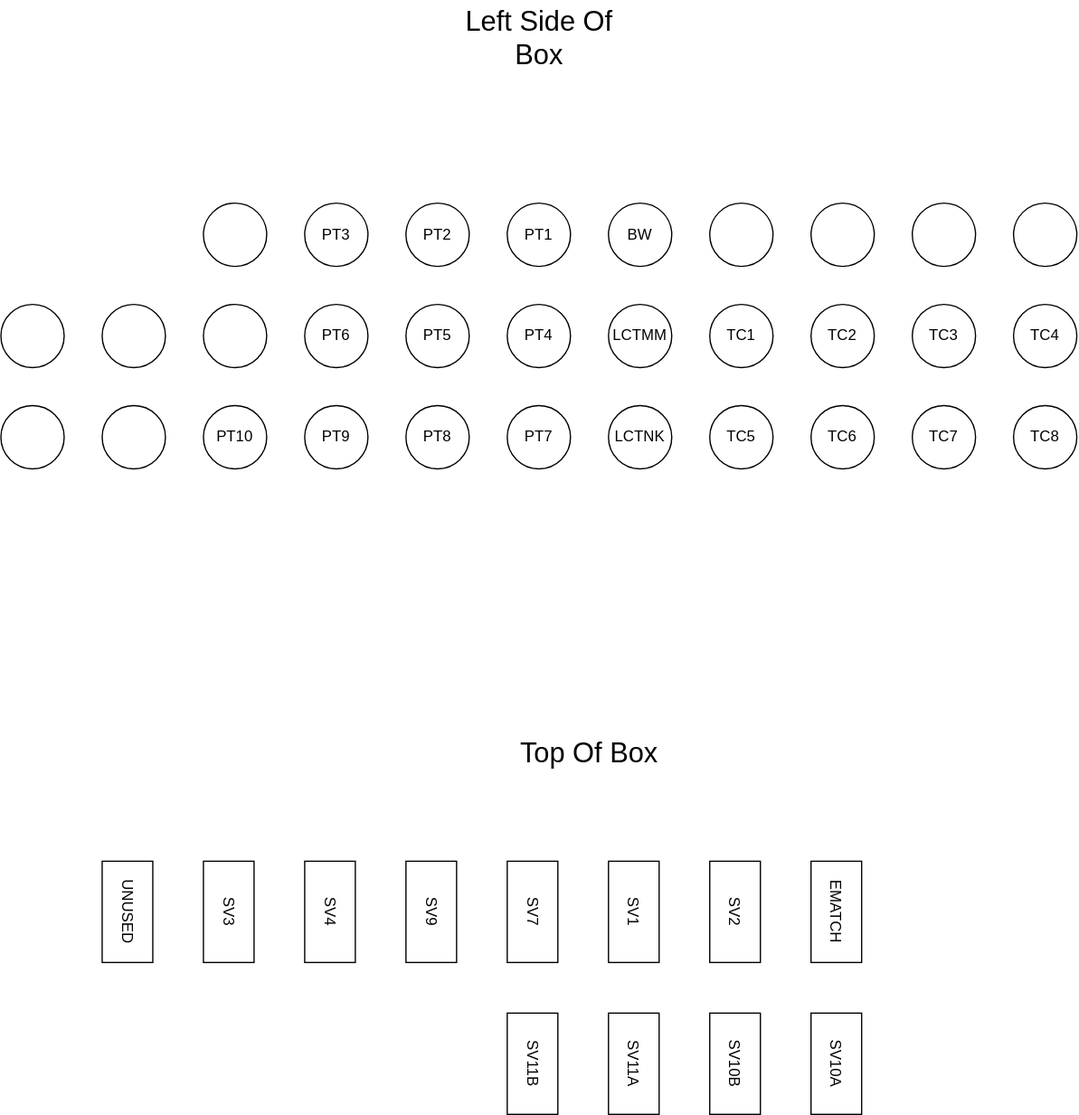
This is docs/PortMap.svg from liquid-rocketry-illinois/RANDE-MK2, a draw.io export, as it was before one commit. Source tidied: cells renumbered, new cells last; positions are measured from the earlier drawing's top-left corner, leaving out a move shared by most shapes.
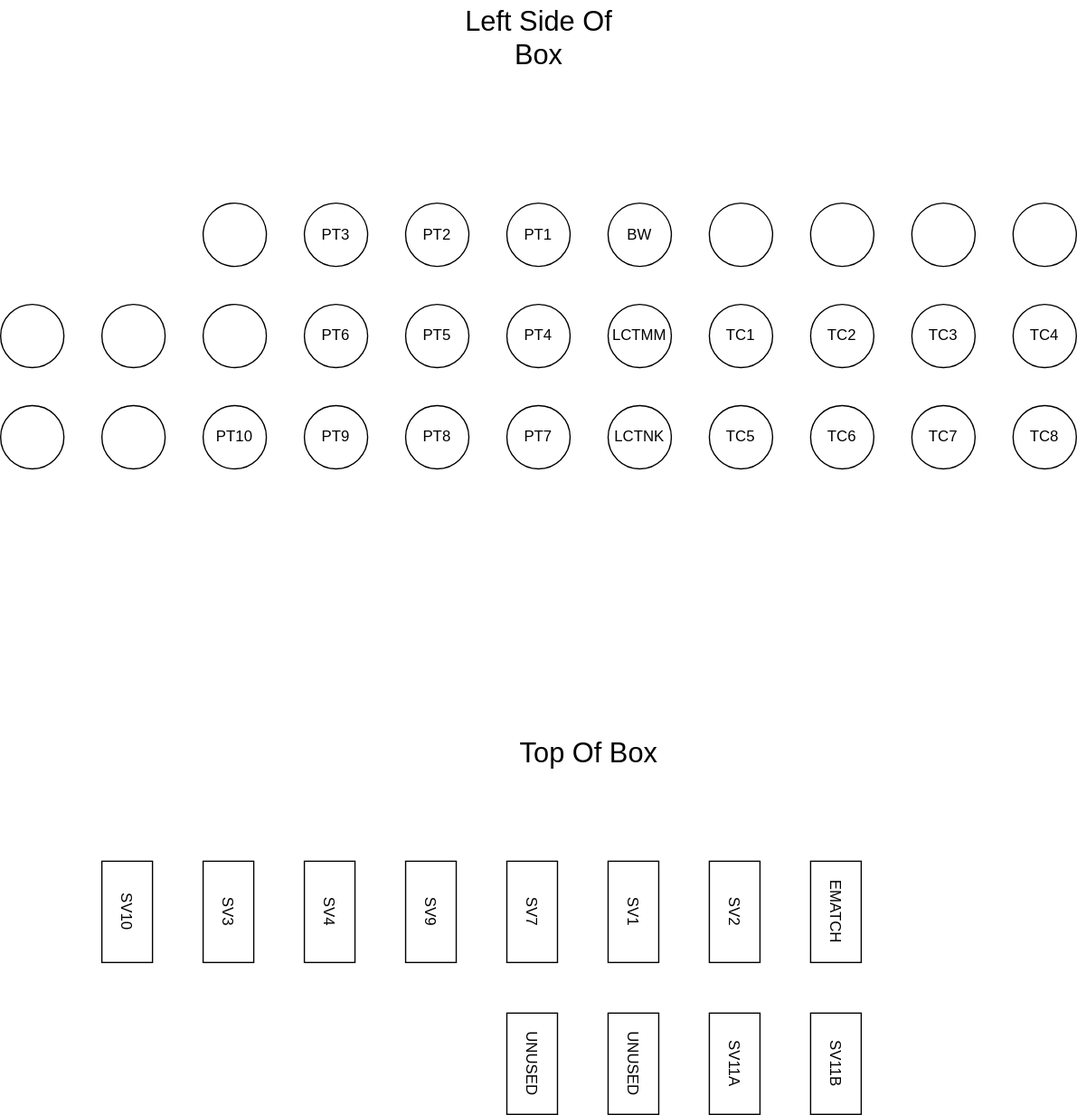
The same file after the commit.

The edit, as a diff of the source:
```diff
@@ -101,7 +101,7 @@
     <mxCell id="34" value="&lt;font style=&quot;font-size: 22px;&quot;&gt;Top Of Box&lt;/font&gt;" style="text;html=1;strokeColor=none;fillColor=none;align=center;verticalAlign=middle;whiteSpace=wrap;rounded=0;" parent="1" vertex="1">
       <mxGeometry x="390" y="580" width="150" height="30" as="geometry" />
     </mxCell>
-    <mxCell id="35" value="UNUSED" style="rounded=0;whiteSpace=wrap;html=1;rotation=90;" parent="1" vertex="1">
+    <mxCell id="35" value="SV10" style="rounded=0;whiteSpace=wrap;html=1;rotation=90;" parent="1" vertex="1">
       <mxGeometry x="60" y="700" width="80" height="40" as="geometry" />
     </mxCell>
     <mxCell id="36" value="SV3" style="rounded=0;whiteSpace=wrap;html=1;rotation=90;" parent="1" vertex="1">
@@ -125,16 +125,16 @@
     <mxCell id="42" value="EMATCH" style="rounded=0;whiteSpace=wrap;html=1;rotation=90;" parent="1" vertex="1">
       <mxGeometry x="620" y="700" width="80" height="40" as="geometry" />
     </mxCell>
-    <mxCell id="43" value="SV11B" style="rounded=0;whiteSpace=wrap;html=1;rotation=90;" parent="1" vertex="1">
+    <mxCell id="43" value="UNUSED" style="rounded=0;whiteSpace=wrap;html=1;rotation=90;" parent="1" vertex="1">
       <mxGeometry x="380" y="820" width="80" height="40" as="geometry" />
     </mxCell>
-    <mxCell id="44" value="SV11A" style="rounded=0;whiteSpace=wrap;html=1;rotation=90;" parent="1" vertex="1">
+    <mxCell id="44" value="UNUSED&lt;br&gt;" style="rounded=0;whiteSpace=wrap;html=1;rotation=90;" parent="1" vertex="1">
       <mxGeometry x="460" y="820" width="80" height="40" as="geometry" />
     </mxCell>
-    <mxCell id="45" value="SV10B" style="rounded=0;whiteSpace=wrap;html=1;rotation=90;" parent="1" vertex="1">
+    <mxCell id="45" value="SV11A" style="rounded=0;whiteSpace=wrap;html=1;rotation=90;" parent="1" vertex="1">
       <mxGeometry x="540" y="820" width="80" height="40" as="geometry" />
     </mxCell>
-    <mxCell id="46" value="SV10A" style="rounded=0;whiteSpace=wrap;html=1;rotation=90;" parent="1" vertex="1">
+    <mxCell id="46" value="SV11B" style="rounded=0;whiteSpace=wrap;html=1;rotation=90;" parent="1" vertex="1">
       <mxGeometry x="620" y="820" width="80" height="40" as="geometry" />
     </mxCell>
   </root>
```
